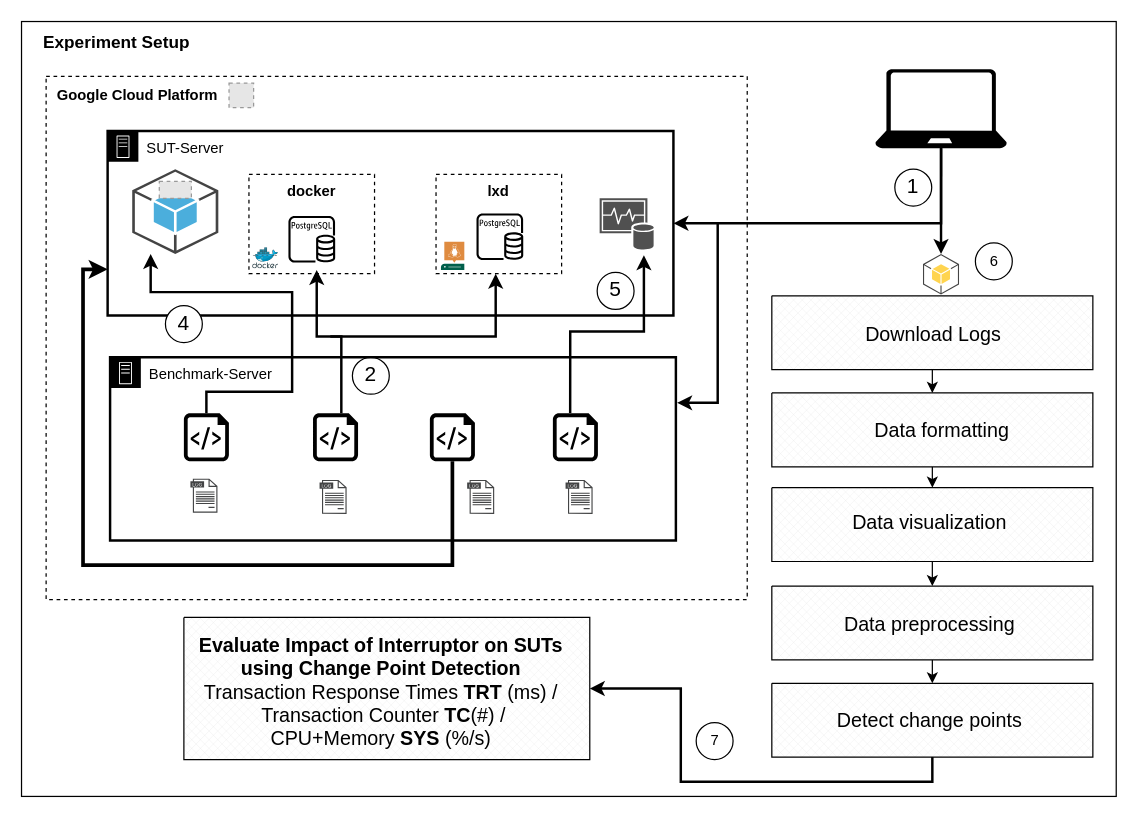
Niklasfomin/Scalable-Software-Systems-PJ-TU-Berlin keeps this draw.io diagram as page "simplified" (2 of 2) of Docs/img/experiment_setup.drawio. Above is the earlier version. Source tidied: cells renumbered, new cells numbered last; positions are measured from the earlier drawing's top-left corner, leaving out a move shared by most shapes. Both pictures are drawn from the tidied source at 123%, with x=0, y=0 at pixel (21, 21). Pictures stored in the file or linked from it are replaced by grey dashed boxes.
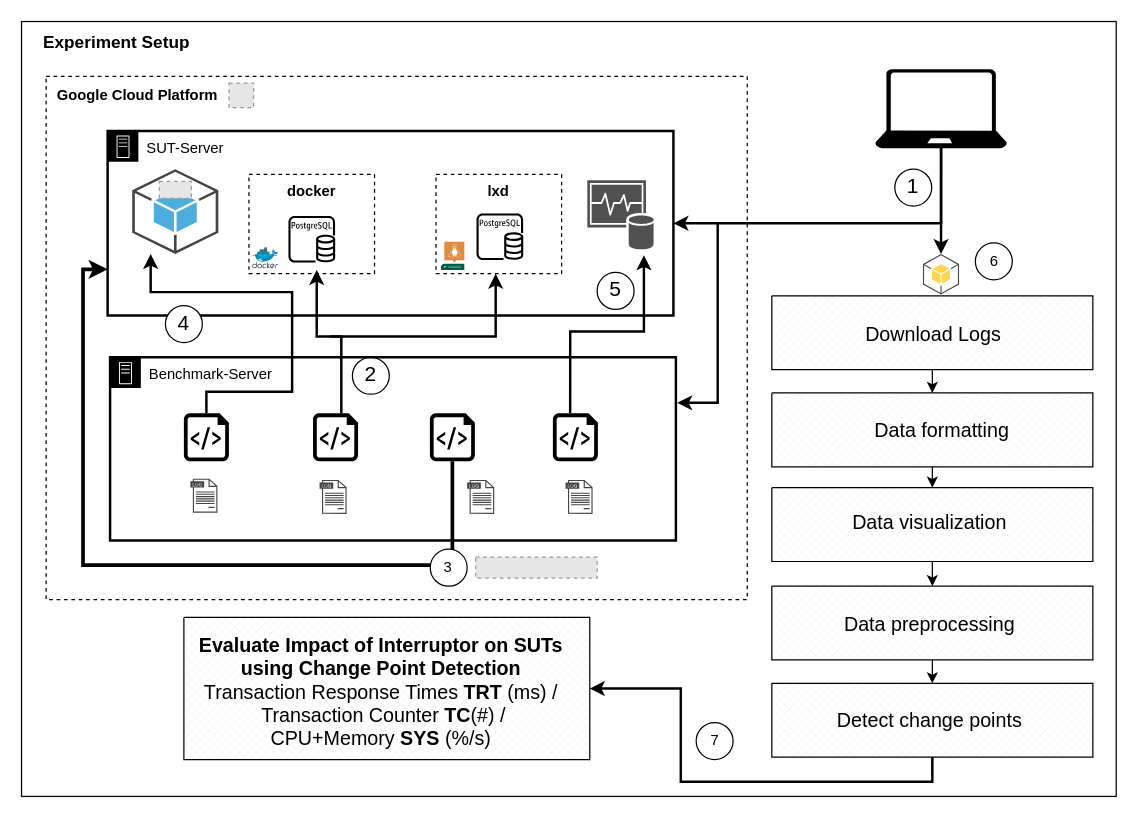
The same diagram, later.

Unchanged cells that the change refers to:
```xml
<mxCell id="22" value="&lt;font style=&quot;&quot; color=&quot;#000000&quot;&gt;SUT-Server&lt;/font&gt;" style="points=[[0,0],[0.25,0],[0.5,0],[0.75,0],[1,0],[1,0.25],[1,0.5],[1,0.75],[1,1],[0.75,1],[0.5,1],[0.25,1],[0,1],[0,0.75],[0,0.5],[0,0.25]];outlineConnect=0;gradientColor=none;html=1;whiteSpace=wrap;fontSize=12;fontStyle=0;shape=mxgraph.aws4.group;grIcon=mxgraph.aws4.group_on_premise;strokeColor=#000000;fillColor=none;verticalAlign=top;align=left;spacingLeft=30;fontColor=#5A6C86;dashed=0;strokeWidth=2;" parent="1" vertex="1">
  <mxGeometry x="70" y="89" width="460" height="150" as="geometry" />
</mxCell>
```

Change to the diagram source:
```diff
@@
     <mxCell id="27" style="sketch=0;shadow=0;dashed=0;html=1;strokeColor=none;fillColor=#505050;labelPosition=center;verticalLabelPosition=bottom;verticalAlign=top;align=center;shape=mxgraph.office.databases.monitoring_store;" parent="22" vertex="1">
-      <mxGeometry x="400" y="54.7" width="44" height="42" as="geometry" />
+      <mxGeometry x="390" y="40" width="54" height="56.7" as="geometry" />
     </mxCell>
@@
+    <mxCell id="60" value="3" style="ellipse;whiteSpace=wrap;html=1;" parent="1" vertex="1">
+      <mxGeometry x="332.3" y="429" width="30" height="30" as="geometry" />
+    </mxCell>
+    <mxCell id="61" style="fillColor=#E6E6E6;strokeColor=#999999;dashed=1;" parent="1" vertex="1">
+      <mxGeometry x="369.2" y="435.4" width="98.8" height="17.1" as="geometry" />
+    </mxCell>
```
